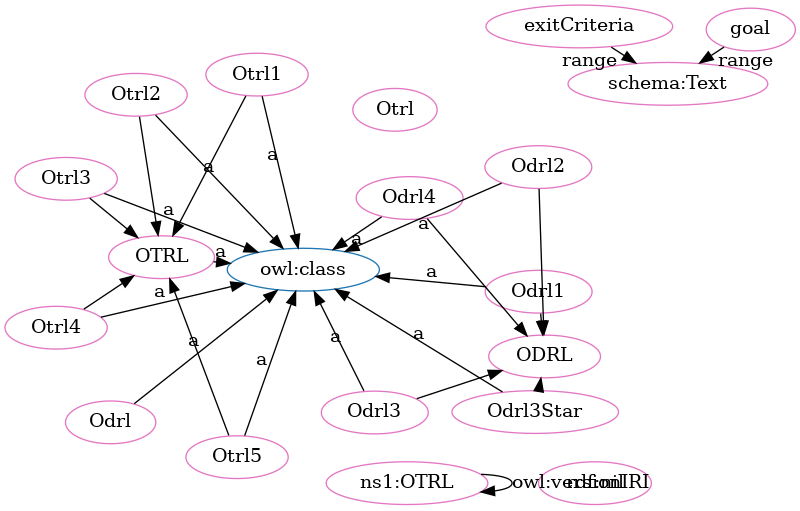
OPEN-NEXT/OKH-LOSH keeps this Graphviz diagram as OTRL-clean.png. Above is the earlier version. Its source is kept beside it as OTRL-clean.dot.
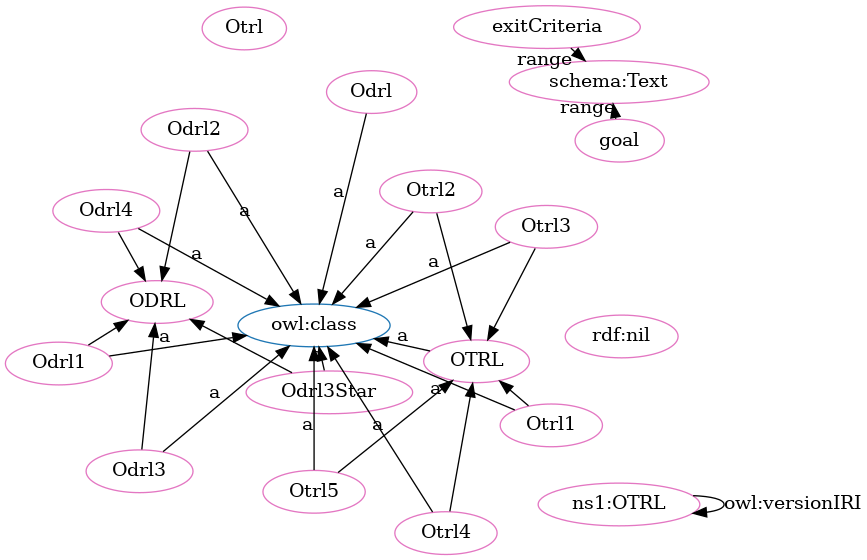
The same file after the commit.

Change to the diagram source:
```diff
@@ -1,51 +1,51 @@
 digraph G {
   rankdir=BT
   node[height=.3]
+"http://purl.org/oseg/ontologies/OTRL#ODRL" [fillcolor="#1f77b4" color="#1f77b4" label="ODRL"]
 "http://www.w3.org/2002/07/owl#class" [fillcolor="#1f77b4" color="#1f77b4" label="owl:class"]
-"http://purl.org/oseg/ontologies/OTRL#ODRL" [fillcolor="#1f77b4" color="#1f77b4" label="ODRL"]
 "http://purl.org/oseg/ontologies/OTRL#OTRL" [fillcolor="#1f77b4" color="#1f77b4" label="OTRL"]
-"http://purl.org/oseg/ontologies/OTRL#Odrl" [fillcolor="#e377c2" color="#e377c2" label="Odrl"]
-"http://www.w3.org/1999/02/22-rdf-syntax-ns#nil" [fillcolor="#e377c2" color="#e377c2" label="rdf:nil"]
+"http://purl.org/oseg/ontologies/OTRL#Otrl" [fillcolor="#e377c2" color="#e377c2" label="Otrl"]
 "http://purl.org/oseg/ontologies/OTRL#ODRL" [fillcolor="#e377c2" color="#e377c2" label="ODRL"]
-"http://purl.org/oseg/ontologies/OTRL#Odrl1" [fillcolor="#e377c2" color="#e377c2" label="Odrl1"]
-"http://purl.org/oseg/ontologies/OTRL#Otrl3" [fillcolor="#e377c2" color="#e377c2" label="Otrl3"]
+"http://purl.org/oseg/ontologies/OTRL" [fillcolor="#e377c2" color="#e377c2" label="ns1:OTRL"]
 "http://purl.org/oseg/ontologies/OTRL#OTRL" [fillcolor="#e377c2" color="#e377c2" label="OTRL"]
 "http://purl.org/oseg/ontologies/OTRL#exitCriteria" [fillcolor="#e377c2" color="#e377c2" label="exitCriteria"]
+"http://www.w3.org/1999/02/22-rdf-syntax-ns#nil" [fillcolor="#e377c2" color="#e377c2" label="rdf:nil"]
+"http://purl.org/oseg/ontologies/OTRL#Odrl" [fillcolor="#e377c2" color="#e377c2" label="Odrl"]
+"http://purl.org/oseg/ontologies/OTRL#Otrl2" [fillcolor="#e377c2" color="#e377c2" label="Otrl2"]
 "http://purl.org/oseg/ontologies/OTRL#Odrl4" [fillcolor="#e377c2" color="#e377c2" label="Odrl4"]
+"http://purl.org/oseg/ontologies/OTRL#Odrl3" [fillcolor="#e377c2" color="#e377c2" label="Odrl3"]
+"http://purl.org/oseg/ontologies/OTRL#Odrl3Star" [fillcolor="#e377c2" color="#e377c2" label="Odrl3Star"]
+"http://purl.org/oseg/ontologies/OTRL#Odrl1" [fillcolor="#e377c2" color="#e377c2" label="Odrl1"]
+"http://purl.org/oseg/ontologies/OTRL#Otrl5" [fillcolor="#e377c2" color="#e377c2" label="Otrl5"]
+"http://schema.org/Text" [fillcolor="#e377c2" color="#e377c2" label="schema:Text"]
+"http://purl.org/oseg/ontologies/OTRL#Otrl4" [fillcolor="#e377c2" color="#e377c2" label="Otrl4"]
 "http://purl.org/oseg/ontologies/OTRL#goal" [fillcolor="#e377c2" color="#e377c2" label="goal"]
-"http://schema.org/Text" [fillcolor="#e377c2" color="#e377c2" label="schema:Text"]
-"http://purl.org/oseg/ontologies/OTRL#Odrl3Star" [fillcolor="#e377c2" color="#e377c2" label="Odrl3Star"]
-"http://purl.org/oseg/ontologies/OTRL#Odrl3" [fillcolor="#e377c2" color="#e377c2" label="Odrl3"]
-"http://purl.org/oseg/ontologies/OTRL#Otrl" [fillcolor="#e377c2" color="#e377c2" label="Otrl"]
-"http://purl.org/oseg/ontologies/OTRL#Otrl5" [fillcolor="#e377c2" color="#e377c2" label="Otrl5"]
-"http://purl.org/oseg/ontologies/OTRL" [fillcolor="#e377c2" color="#e377c2" label="ns1:OTRL"]
-"http://purl.org/oseg/ontologies/OTRL#Otrl2" [fillcolor="#e377c2" color="#e377c2" label="Otrl2"]
-"http://purl.org/oseg/ontologies/OTRL#Otrl4" [fillcolor="#e377c2" color="#e377c2" label="Otrl4"]
+"http://purl.org/oseg/ontologies/OTRL#Odrl2" [fillcolor="#e377c2" color="#e377c2" label="Odrl2"]
 "http://purl.org/oseg/ontologies/OTRL#Otrl1" [fillcolor="#e377c2" color="#e377c2" label="Otrl1"]
-"http://purl.org/oseg/ontologies/OTRL#Odrl2" [fillcolor="#e377c2" color="#e377c2" label="Odrl2"]
-  "http://purl.org/oseg/ontologies/OTRL#Odrl1" -> "http://www.w3.org/2002/07/owl#class" [label="a"]
-  "http://purl.org/oseg/ontologies/OTRL#Odrl4" -> "http://www.w3.org/2002/07/owl#class" [label="a"]
+"http://purl.org/oseg/ontologies/OTRL#Otrl3" [fillcolor="#e377c2" color="#e377c2" label="Otrl3"]
+  "http://purl.org/oseg/ontologies/OTRL#Odrl3Star" -> "http://purl.org/oseg/ontologies/OTRL#ODRL" [label=""]
+  "http://purl.org/oseg/ontologies/OTRL" -> "http://purl.org/oseg/ontologies/OTRL" [label="owl:versionIRI"]
+  "http://purl.org/oseg/ontologies/OTRL#Otrl2" -> "http://www.w3.org/2002/07/owl#class" [label="a"]
+  "http://purl.org/oseg/ontologies/OTRL#Otrl3" -> "http://www.w3.org/2002/07/owl#class" [label="a"]
+  "http://purl.org/oseg/ontologies/OTRL#Odrl" -> "http://www.w3.org/2002/07/owl#class" [label="a"]
+  "http://purl.org/oseg/ontologies/OTRL#Odrl3" -> "http://www.w3.org/2002/07/owl#class" [label="a"]
   "http://purl.org/oseg/ontologies/OTRL#Odrl3Star" -> "http://www.w3.org/2002/07/owl#class" [label="a"]
+  "http://purl.org/oseg/ontologies/OTRL#Otrl5" -> "http://www.w3.org/2002/07/owl#class" [label="a"]
+  "http://purl.org/oseg/ontologies/OTRL#exitCriteria" -> "http://schema.org/Text" [label="range"]
+  "http://purl.org/oseg/ontologies/OTRL#Otrl4" -> "http://www.w3.org/2002/07/owl#class" [label="a"]
+  "http://purl.org/oseg/ontologies/OTRL#goal" -> "http://schema.org/Text" [label="range"]
+  "http://purl.org/oseg/ontologies/OTRL#Odrl2" -> "http://www.w3.org/2002/07/owl#class" [label="a"]
+  "http://purl.org/oseg/ontologies/OTRL#Odrl2" -> "http://purl.org/oseg/ontologies/OTRL#ODRL" [label=""]
+  "http://purl.org/oseg/ontologies/OTRL#Otrl4" -> "http://purl.org/oseg/ontologies/OTRL#OTRL" [label=""]
+  "http://purl.org/oseg/ontologies/OTRL#Odrl1" -> "http://purl.org/oseg/ontologies/OTRL#ODRL" [label=""]
   "http://purl.org/oseg/ontologies/OTRL#OTRL" -> "http://www.w3.org/2002/07/owl#class" [label="a"]
   "http://purl.org/oseg/ontologies/OTRL#Odrl4" -> "http://purl.org/oseg/ontologies/OTRL#ODRL" [label=""]
-  "http://purl.org/oseg/ontologies/OTRL#Otrl5" -> "http://www.w3.org/2002/07/owl#class" [label="a"]
+  "http://purl.org/oseg/ontologies/OTRL#Odrl4" -> "http://www.w3.org/2002/07/owl#class" [label="a"]
   "http://purl.org/oseg/ontologies/OTRL#Otrl1" -> "http://purl.org/oseg/ontologies/OTRL#OTRL" [label=""]
-  "http://purl.org/oseg/ontologies/OTRL#Otrl2" -> "http://www.w3.org/2002/07/owl#class" [label="a"]
-  "http://purl.org/oseg/ontologies/OTRL#Otrl4" -> "http://www.w3.org/2002/07/owl#class" [label="a"]
-  "http://purl.org/oseg/ontologies/OTRL#Odrl1" -> "http://purl.org/oseg/ontologies/OTRL#ODRL" [label=""]
-  "http://purl.org/oseg/ontologies/OTRL#Otrl3" -> "http://www.w3.org/2002/07/owl#class" [label="a"]
+  "http://purl.org/oseg/ontologies/OTRL#Odrl1" -> "http://www.w3.org/2002/07/owl#class" [label="a"]
+  "http://purl.org/oseg/ontologies/OTRL#Otrl3" -> "http://purl.org/oseg/ontologies/OTRL#OTRL" [label=""]
   "http://purl.org/oseg/ontologies/OTRL#Otrl5" -> "http://purl.org/oseg/ontologies/OTRL#OTRL" [label=""]
   "http://purl.org/oseg/ontologies/OTRL#Otrl2" -> "http://purl.org/oseg/ontologies/OTRL#OTRL" [label=""]
-  "http://purl.org/oseg/ontologies/OTRL#Odrl" -> "http://www.w3.org/2002/07/owl#class" [label="a"]
-  "http://purl.org/oseg/ontologies/OTRL#Odrl2" -> "http://purl.org/oseg/ontologies/OTRL#ODRL" [label=""]
-  "http://purl.org/oseg/ontologies/OTRL#exitCriteria" -> "http://schema.org/Text" [label="range"]
-  "http://purl.org/oseg/ontologies/OTRL#Odrl3Star" -> "http://purl.org/oseg/ontologies/OTRL#ODRL" [label=""]
-  "http://purl.org/oseg/ontologies/OTRL#Otrl4" -> "http://purl.org/oseg/ontologies/OTRL#OTRL" [label=""]
-  "http://purl.org/oseg/ontologies/OTRL#Odrl3" -> "http://www.w3.org/2002/07/owl#class" [label="a"]
-  "http://purl.org/oseg/ontologies/OTRL" -> "http://purl.org/oseg/ontologies/OTRL" [label="owl:versionIRI"]
-  "http://purl.org/oseg/ontologies/OTRL#Otrl3" -> "http://purl.org/oseg/ontologies/OTRL#OTRL" [label=""]
+  "http://purl.org/oseg/ontologies/OTRL#Otrl1" -> "http://www.w3.org/2002/07/owl#class" [label="a"]
   "http://purl.org/oseg/ontologies/OTRL#Odrl3" -> "http://purl.org/oseg/ontologies/OTRL#ODRL" [label=""]
-  "http://purl.org/oseg/ontologies/OTRL#Otrl1" -> "http://www.w3.org/2002/07/owl#class" [label="a"]
-  "http://purl.org/oseg/ontologies/OTRL#goal" -> "http://schema.org/Text" [label="range"]
-  "http://purl.org/oseg/ontologies/OTRL#Odrl2" -> "http://www.w3.org/2002/07/owl#class" [label="a"]
 }
```
